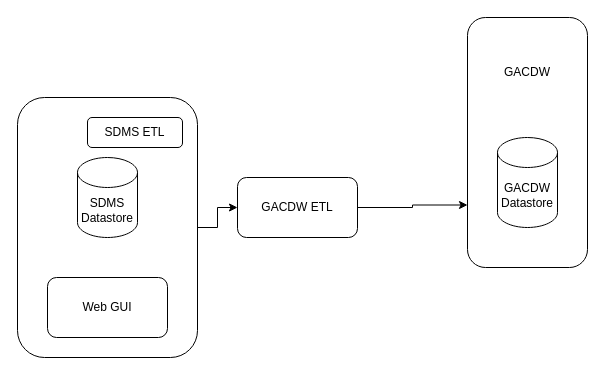
Above: SMDS-FLOW.drawio in polgas16/webpack-dev-server-cors (draw.io), before the change. Source tidied: cells renumbered, new cells numbered last; positions are measured from the earlier drawing's top-left corner, leaving out a move shared by most shapes. Both pictures are drawn from the tidied source at 100%, with x=0, y=0 at pixel (17, 17).
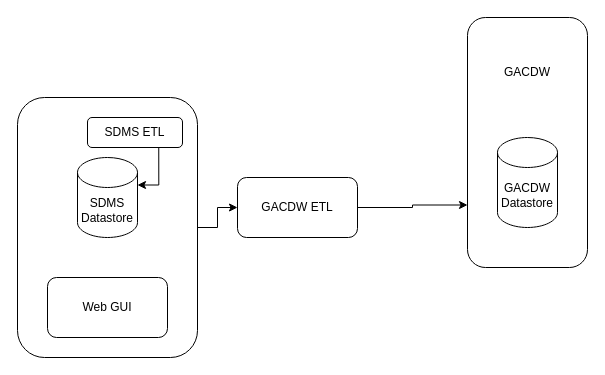
Above is the later version.

Change to the diagram source:
```diff
@@
 <mxGraphModel>
   <root>
     <mxCell id="0" />
     <mxCell id="1" parent="0" />
     <mxCell id="2" style="edgeStyle=orthogonalEdgeStyle;rounded=0;jettySize=auto;html=1;" parent="1" edge="1" source="3" target="8">
       <mxGeometry relative="1" as="geometry" />
     </mxCell>
     <mxCell id="3" style="rounded=1;whiteSpace=wrap;html=1;" parent="1" vertex="1">
       <mxGeometry y="80" width="180" height="260" as="geometry" />
     </mxCell>
     <mxCell id="4" value="SDMS Datastore" style="shape=cylinder3;whiteSpace=wrap;html=1;boundedLbl=1;backgroundOutline=1;size=15;" parent="1" vertex="1">
       <mxGeometry x="60" y="140" width="60" height="80" as="geometry" />
     </mxCell>
     <mxCell id="5" value="Web GUI" style="rounded=1;whiteSpace=wrap;html=1;" parent="1" vertex="1">
       <mxGeometry x="30" y="260" width="120" height="60" as="geometry" />
     </mxCell>
     <mxCell id="6" value="SDMS ETL" style="rounded=1;whiteSpace=wrap;html=1;" parent="1" vertex="1">
       <mxGeometry x="70" y="100" width="95" height="30" as="geometry" />
     </mxCell>
     <mxCell id="7" style="edgeStyle=orthogonalEdgeStyle;rounded=0;jettySize=auto;html=1;exitX=1;exitY=0.5;exitDx=0;exitDy=0;entryX=0;entryY=0.75;entryDx=0;entryDy=0;" parent="1" edge="1" source="8" target="9">
       <mxGeometry relative="1" as="geometry" />
     </mxCell>
     <mxCell id="8" value="GACDW ETL" style="rounded=1;whiteSpace=wrap;html=1;" parent="1" vertex="1">
       <mxGeometry x="220" y="160" width="120" height="60" as="geometry" />
     </mxCell>
     <mxCell id="9" style="rounded=1;whiteSpace=wrap;html=1;" parent="1" vertex="1">
       <mxGeometry x="450" width="120" height="250" as="geometry" />
     </mxCell>
     <mxCell id="10" value="GACDW&lt;br&gt;Datastore" style="shape=cylinder3;whiteSpace=wrap;html=1;boundedLbl=1;backgroundOutline=1;size=15;" parent="1" vertex="1">
       <mxGeometry x="480" y="120" width="60" height="90" as="geometry" />
     </mxCell>
     <mxCell id="11" value="GACDW" style="text;html=1;strokeColor=none;fillColor=none;align=center;verticalAlign=middle;whiteSpace=wrap;rounded=0;" parent="1" vertex="1">
       <mxGeometry x="480" y="40" width="60" height="30" as="geometry" />
     </mxCell>
+    <mxCell id="12" style="edgeStyle=orthogonalEdgeStyle;rounded=0;jettySize=auto;html=1;exitX=0.75;exitY=1;exitDx=0;exitDy=0;entryX=1;entryY=0;entryDx=0;entryDy=27.5;entryPerimeter=0;" parent="1" edge="1" source="6" target="4">
+      <mxGeometry relative="1" as="geometry" />
+    </mxCell>
   </root>
 </mxGraphModel>
```
